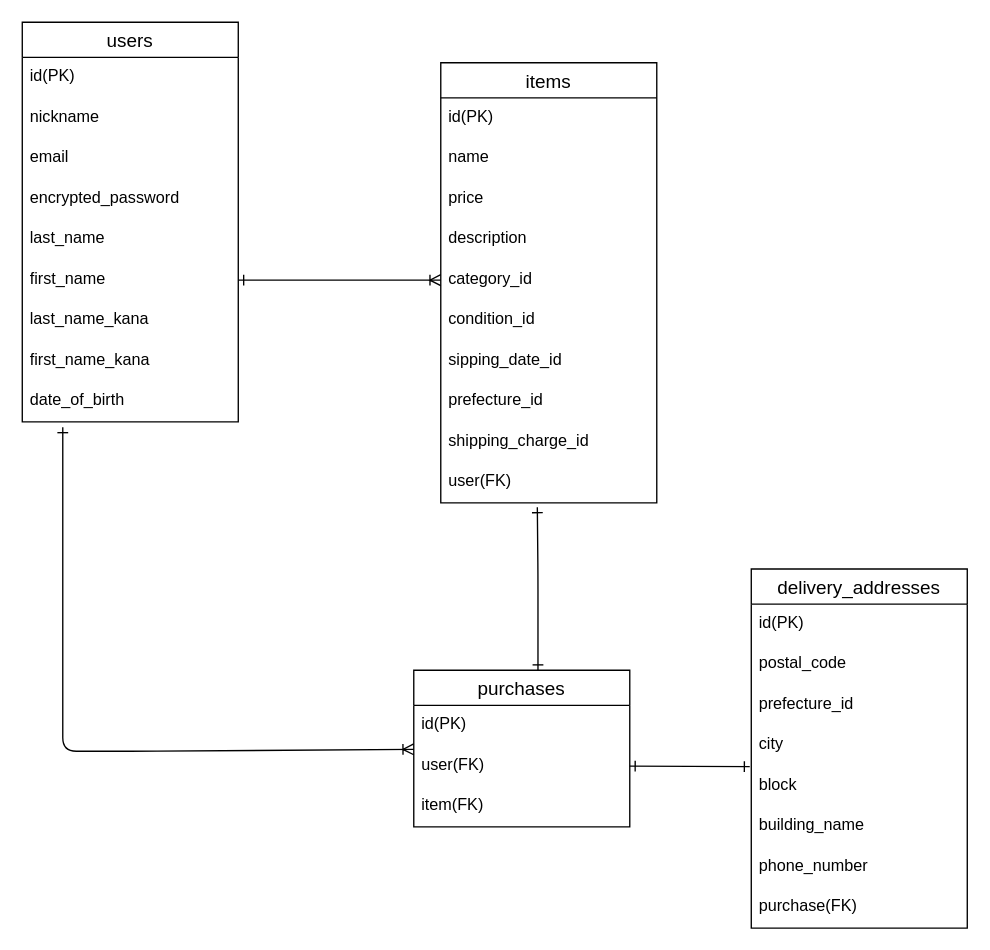
Above: ER.dio in kawaguchi0422/furima-39559 (draw.io), before the change. Source tidied: cells renumbered, new cells numbered last; positions are measured from the earlier drawing's top-left corner, leaving out a move shared by most shapes. Both pictures are drawn from the tidied source at 135%, with x=0, y=0 at pixel (22, 22).
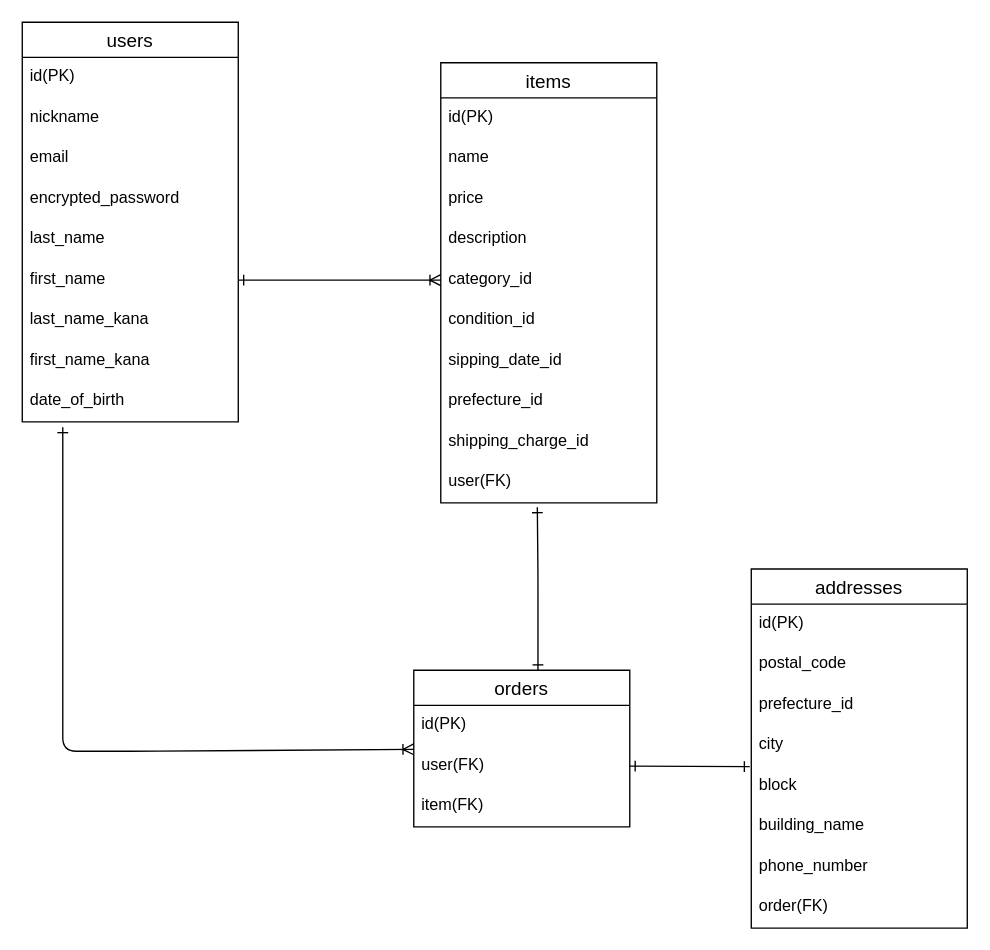
The same diagram, later.

Commit message (it also covers changes not shown here):
README テーブル名の修正

The edit, as a diff of the source:
```diff
@@
-    <mxCell id="24" value="purchases" style="swimlane;fontStyle=0;horizontal=1;startSize=26;align=center;fontSize=14;" parent="1" vertex="1">
+    <mxCell id="24" value="orders" style="swimlane;fontStyle=0;horizontal=1;startSize=26;align=center;fontSize=14;" parent="1" vertex="1">
       <mxGeometry x="290" y="480" width="160" height="116" as="geometry" />
     </mxCell>
@@
-    <mxCell id="28" value="delivery_addresses" style="swimlane;fontStyle=0;horizontal=1;startSize=26;align=center;fontSize=14;labelBorderColor=none;" parent="1" vertex="1">
+    <mxCell id="28" value="addresses" style="swimlane;fontStyle=0;horizontal=1;startSize=26;align=center;fontSize=14;labelBorderColor=none;" parent="1" vertex="1">
       <mxGeometry x="540" y="405" width="160" height="266" as="geometry" />
     </mxCell>
@@
-    <mxCell id="36" value="purchase(FK)" style="text;strokeColor=none;fillColor=none;spacingLeft=4;spacingRight=4;overflow=hidden;fontSize=12;labelBackgroundColor=none;labelBorderColor=none;" parent="28" vertex="1">
+    <mxCell id="36" value="order(FK)" style="text;strokeColor=none;fillColor=none;spacingLeft=4;spacingRight=4;overflow=hidden;fontSize=12;labelBackgroundColor=none;labelBorderColor=none;" parent="28" vertex="1">
       <mxGeometry y="236" width="160" height="30" as="geometry" />
     </mxCell>
```
